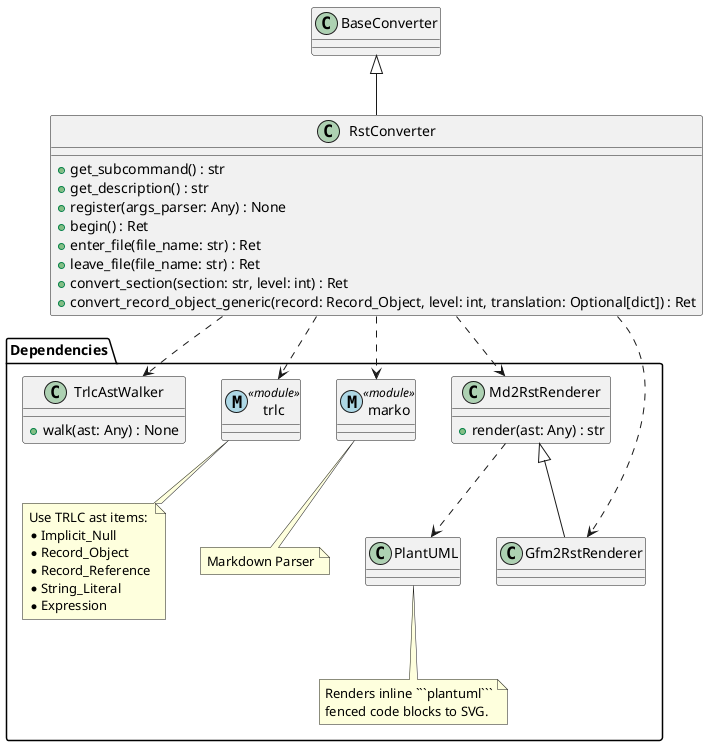
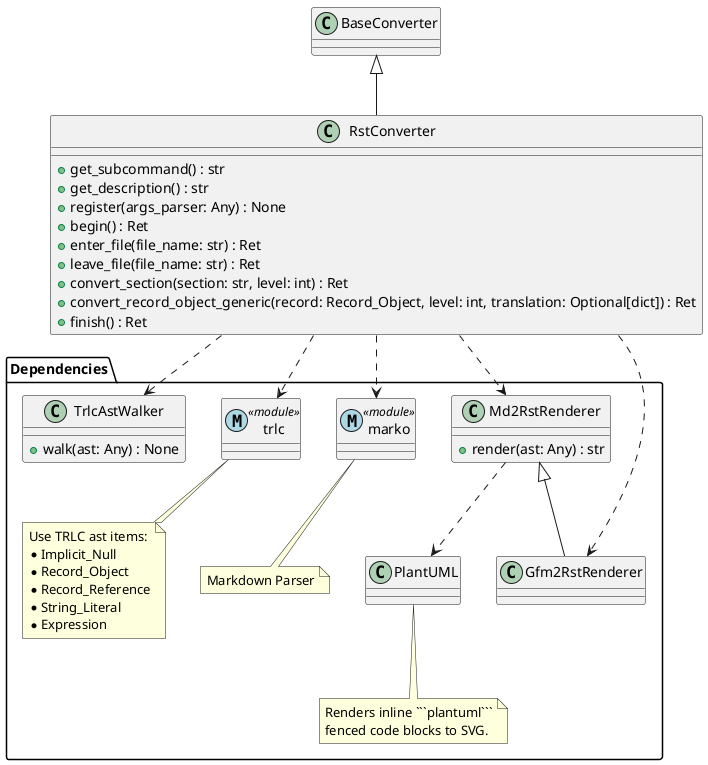
@startuml

class BaseConverter {
}

class RstConverter extends BaseConverter {
    +get_subcommand() : str
    +get_description() : str
    +register(args_parser: Any) : None
    +begin() : Ret
    +enter_file(file_name: str) : Ret
    +leave_file(file_name: str) : Ret
    +convert_section(section: str, level: int) : Ret
    +convert_record_object_generic(record: Record_Object, level: int, translation: Optional[dict]) : Ret
+     +finish() : Ret
}

' Define external dependencies
package "Dependencies" {

    class trlc <<(M ,lightblue) module>>{
    }

    note bottom of trlc
        Use TRLC ast items:
        * Implicit_Null
        * Record_Object
        * Record_Reference
        * String_Literal
        * Expression
    end note

    class TrlcAstWalker {
        + walk(ast: Any) : None
    }

    class Md2RstRenderer {
        + render(ast: Any) : str
    }

    class Gfm2RstRenderer extends Md2RstRenderer {
    }

    class marko <<(M ,lightblue) module>> {
    }
    note bottom of marko
        Markdown Parser
    end note

    class PlantUML {
    }
    note bottom of PlantUML
        Renders inline ```plantuml```
        fenced code blocks to SVG.
    end note
}

' Relationships
RstConverter ..> trlc
RstConverter ..> TrlcAstWalker
RstConverter ..> Md2RstRenderer
RstConverter ..> Gfm2RstRenderer
RstConverter ..> marko
Md2RstRenderer ..> PlantUML

@enduml